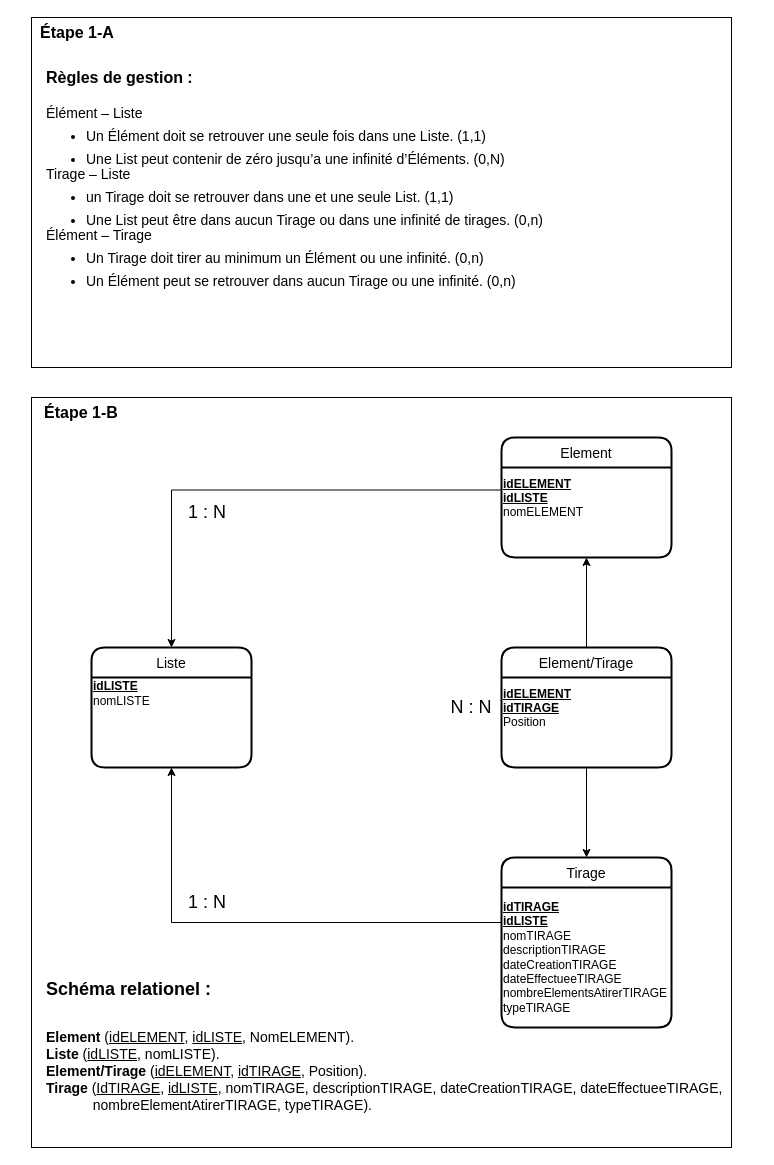
The draw.io diagram Dev_base_donnees/Projet_02/etape_1-b_MLD.drawio in jimmyhfortin/Dev_logiciel, before the edit. Source tidied: cells renumbered, new cells numbered last; positions are measured from the earlier drawing's top-left corner, leaving out a move shared by most shapes. Both pictures are drawn from the tidied source at 100%, with x=0, y=0 at pixel (17, 17).
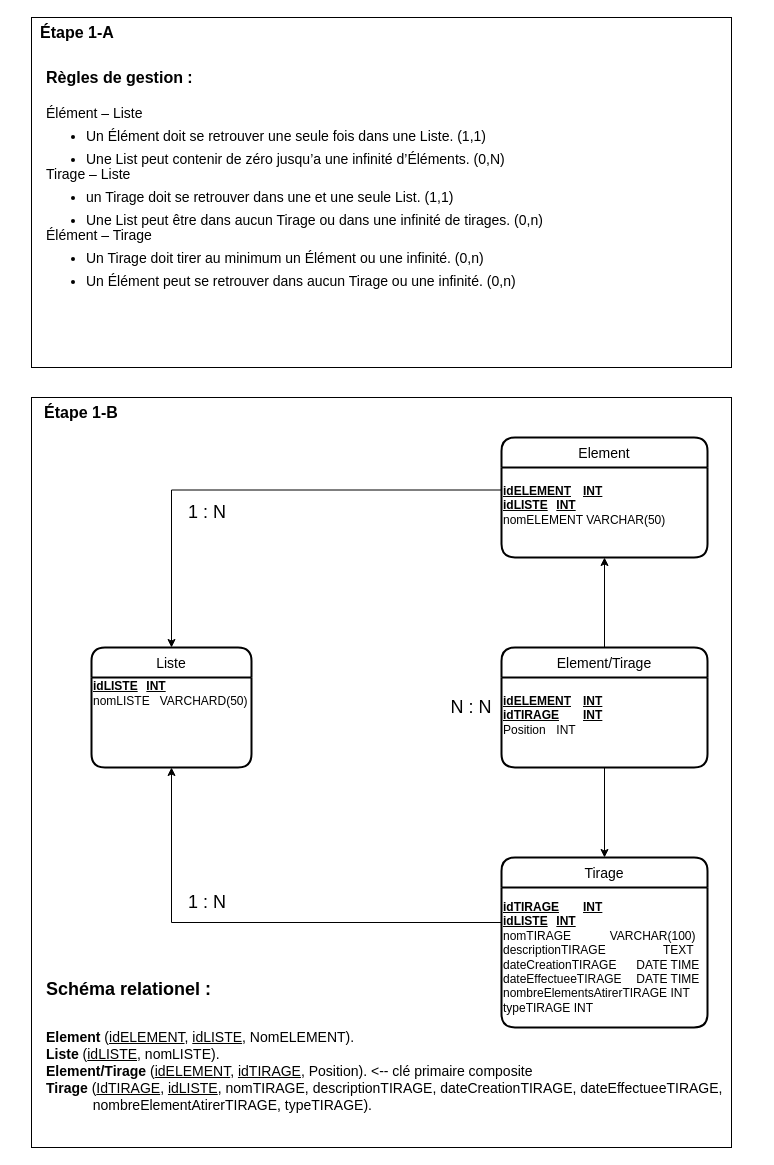
The same diagram, later.

Unchanged cells that the change refers to:
```xml
<mxCell id="11" value="Liste" style="swimlane;horizontal=1;startSize=30;rounded=1;fontSize=14;fontStyle=0;strokeWidth=2;shadow=0;dashed=0;align=center;" parent="1" vertex="1">
  <mxGeometry x="74" y="630" width="160" height="120" as="geometry" />
</mxCell>
```

Change to the diagram source:
```diff
@@
     <mxCell id="4" value="Element" style="swimlane;horizontal=1;startSize=30;rounded=1;fontSize=14;fontStyle=0;strokeWidth=2;shadow=0;dashed=0;align=center;" parent="1" vertex="1">
-      <mxGeometry x="484" y="420" width="170" height="120" as="geometry" />
+      <mxGeometry x="484" y="420" width="206" height="120" as="geometry" />
     </mxCell>
-    <mxCell id="5" value="&lt;u style=&quot;font-weight: bold;&quot;&gt;idELEMENT&lt;br&gt;&lt;/u&gt;&lt;b&gt;&lt;u&gt;idLISTE&lt;br&gt;&lt;/u&gt;&lt;/b&gt;nomELEMENT&lt;br&gt;&lt;br&gt;&lt;br&gt;" style="text;html=1;strokeColor=none;fillColor=none;align=left;verticalAlign=middle;whiteSpace=wrap;rounded=0;" parent="4" vertex="1">
-      <mxGeometry y="30" width="170" height="90" as="geometry" />
+    <mxCell id="5" value="&lt;u style=&quot;font-weight: bold;&quot;&gt;idELEMENT&lt;span style=&quot;white-space: pre;&quot;&gt;&#9;&lt;/span&gt;INT&lt;br&gt;&lt;/u&gt;&lt;b&gt;&lt;u&gt;idLISTE&lt;span style=&quot;white-space: pre;&quot;&gt;&#9;&lt;/span&gt;INT&lt;br&gt;&lt;/u&gt;&lt;/b&gt;nomELEMENT VARCHAR(50)&lt;br&gt;&lt;br&gt;" style="text;html=1;strokeColor=none;fillColor=none;align=left;verticalAlign=middle;whiteSpace=wrap;rounded=0;" parent="4" vertex="1">
+      <mxGeometry y="30" width="206" height="90" as="geometry" />
     </mxCell>
     <mxCell id="6" value="Tirage" style="swimlane;horizontal=1;startSize=30;rounded=1;fontSize=14;fontStyle=0;strokeWidth=2;shadow=0;dashed=0;align=center;" parent="1" vertex="1">
-      <mxGeometry x="484" y="840" width="170" height="170" as="geometry" />
+      <mxGeometry x="484" y="840" width="206" height="170" as="geometry" />
     </mxCell>
-    <mxCell id="7" value="&lt;u style=&quot;font-weight: bold;&quot;&gt;idTIRAGE&lt;br&gt;&lt;/u&gt;&lt;b&gt;&lt;u&gt;idLISTE&lt;/u&gt;&lt;/b&gt;&lt;br&gt;nomTIRAGE&lt;br&gt;descriptionTIRAGE&lt;br&gt;dateCreationTIRAGE&lt;br&gt;dateEffectueeTIRAGE&lt;br&gt;nombreElementsAtirerTIRAGE&lt;br&gt;typeTIRAGE" style="text;html=1;strokeColor=none;fillColor=none;align=left;verticalAlign=middle;whiteSpace=wrap;rounded=0;" parent="6" vertex="1">
-      <mxGeometry y="30" width="170" height="140" as="geometry" />
+    <mxCell id="7" value="&lt;u style=&quot;font-weight: bold;&quot;&gt;idTIRAGE&lt;span style=&quot;white-space: pre;&quot;&gt;&#9;&lt;/span&gt;INT&lt;br&gt;&lt;/u&gt;&lt;b&gt;&lt;u&gt;idLISTE&lt;span style=&quot;white-space: pre;&quot;&gt;&#9;&lt;/span&gt;INT&lt;/u&gt;&lt;/b&gt;&lt;br&gt;nomTIRAGE&lt;span style=&quot;white-space: pre;&quot;&gt;&#9;&lt;span style=&quot;white-space: pre;&quot;&gt;&#9;&lt;/span&gt;&lt;/span&gt;VARCHAR(100)&lt;br&gt;descriptionTIRAGE&lt;span style=&quot;white-space: pre;&quot;&gt;&#9;&lt;span style=&quot;white-space: pre;&quot;&gt;&#9;&lt;/span&gt;&lt;span style=&quot;white-space: pre;&quot;&gt;&#9;&lt;/span&gt;&lt;/span&gt;TEXT&lt;br&gt;dateCreationTIRAGE&lt;span style=&quot;white-space: pre;&quot;&gt;&#9;&lt;/span&gt;DATE TIME&lt;br&gt;dateEffectueeTIRAGE&lt;span style=&quot;white-space: pre;&quot;&gt;&#9;&lt;/span&gt;DATE TIME&lt;br&gt;nombreElementsAtirerTIRAGE INT&lt;br&gt;typeTIRAGE INT&lt;span style=&quot;white-space: pre;&quot;&gt;&#9;&lt;/span&gt;" style="text;html=1;strokeColor=none;fillColor=none;align=left;verticalAlign=middle;whiteSpace=wrap;rounded=0;" parent="6" vertex="1">
+      <mxGeometry y="30" width="206" height="140" as="geometry" />
     </mxCell>
@@
     <mxCell id="9" value="Element/Tirage" style="swimlane;horizontal=1;startSize=30;rounded=1;fontSize=14;fontStyle=0;strokeWidth=2;shadow=0;dashed=0;align=center;" parent="1" vertex="1">
-      <mxGeometry x="484" y="630" width="170" height="120" as="geometry" />
+      <mxGeometry x="484" y="630" width="206" height="120" as="geometry" />
     </mxCell>
-    <mxCell id="10" value="&lt;u&gt;&lt;b&gt;idELEMENT&lt;/b&gt;&lt;/u&gt;&lt;br&gt;&lt;b&gt;&lt;u&gt;idTIRAGE&lt;/u&gt;&lt;/b&gt;&lt;br&gt;Position&lt;br&gt;&lt;br&gt;&lt;br&gt;" style="text;html=1;strokeColor=none;fillColor=none;align=left;verticalAlign=middle;whiteSpace=wrap;rounded=0;" parent="9" vertex="1">
-      <mxGeometry y="30" width="170" height="90" as="geometry" />
+    <mxCell id="10" value="&lt;u&gt;&lt;b&gt;idELEMENT&lt;span style=&quot;white-space: pre;&quot;&gt;&#9;&lt;/span&gt;INT&lt;/b&gt;&lt;/u&gt;&lt;br&gt;&lt;b&gt;&lt;u&gt;idTIRAGE&lt;span style=&quot;white-space: pre;&quot;&gt;&#9;&lt;/span&gt;INT&lt;/u&gt;&lt;/b&gt;&lt;br&gt;Position&lt;span style=&quot;white-space: pre;&quot;&gt;&#9;&lt;/span&gt;INT&lt;br&gt;&lt;br&gt;" style="text;html=1;strokeColor=none;fillColor=none;align=left;verticalAlign=middle;whiteSpace=wrap;rounded=0;" parent="9" vertex="1">
+      <mxGeometry y="30" width="206" height="90" as="geometry" />
     </mxCell>
@@
-    <mxCell id="12" value="&lt;div style=&quot;&quot;&gt;&lt;b style=&quot;background-color: initial; text-decoration-line: underline;&quot;&gt;idLISTE&lt;/b&gt;&lt;/div&gt;&lt;span style=&quot;&quot;&gt;&lt;div style=&quot;&quot;&gt;&lt;span style=&quot;background-color: initial;&quot;&gt;nomLISTE&lt;/span&gt;&lt;/div&gt;&lt;div style=&quot;&quot;&gt;&lt;span style=&quot;background-color: initial;&quot;&gt;&lt;br&gt;&lt;/span&gt;&lt;/div&gt;&lt;div style=&quot;&quot;&gt;&lt;span style=&quot;background-color: initial;&quot;&gt;&lt;br&gt;&lt;/span&gt;&lt;/div&gt;&lt;div style=&quot;&quot;&gt;&lt;span style=&quot;background-color: initial;&quot;&gt;&lt;br&gt;&lt;/span&gt;&lt;/div&gt;&lt;div style=&quot;&quot;&gt;&lt;span style=&quot;background-color: initial;&quot;&gt;&lt;br&gt;&lt;/span&gt;&lt;/div&gt;&lt;/span&gt;" style="text;html=1;strokeColor=none;fillColor=none;align=left;verticalAlign=middle;whiteSpace=wrap;rounded=0;" parent="11" vertex="1">
+    <mxCell id="12" value="&lt;div style=&quot;&quot;&gt;&lt;b style=&quot;background-color: initial; text-decoration-line: underline;&quot;&gt;idLISTE&lt;span style=&quot;white-space: pre;&quot;&gt;&#9;&lt;/span&gt;INT&lt;/b&gt;&lt;/div&gt;&lt;span style=&quot;&quot;&gt;&lt;div style=&quot;&quot;&gt;&lt;span style=&quot;background-color: initial;&quot;&gt;nomLISTE&amp;nbsp; &amp;nbsp;VARCHARD(50)&lt;/span&gt;&lt;/div&gt;&lt;div style=&quot;&quot;&gt;&lt;span style=&quot;background-color: initial;&quot;&gt;&lt;br&gt;&lt;/span&gt;&lt;/div&gt;&lt;div style=&quot;&quot;&gt;&lt;span style=&quot;background-color: initial;&quot;&gt;&lt;br&gt;&lt;/span&gt;&lt;/div&gt;&lt;div style=&quot;&quot;&gt;&lt;span style=&quot;background-color: initial;&quot;&gt;&lt;br&gt;&lt;/span&gt;&lt;/div&gt;&lt;div style=&quot;&quot;&gt;&lt;span style=&quot;background-color: initial;&quot;&gt;&lt;br&gt;&lt;/span&gt;&lt;/div&gt;&lt;/span&gt;" style="text;html=1;strokeColor=none;fillColor=none;align=left;verticalAlign=middle;whiteSpace=wrap;rounded=0;" parent="11" vertex="1">
       <mxGeometry y="30" width="160" height="90" as="geometry" />
     </mxCell>
@@
-    <mxCell id="15" style="edgeStyle=orthogonalEdgeStyle;rounded=0;jettySize=auto;html=1;exitX=0.5;exitY=1;exitDx=0;exitDy=0;entryX=0.5;entryY=0;entryDx=0;entryDy=0;" parent="1" edge="1" source="10" target="6">
-      <mxGeometry relative="1" as="geometry" />
-    </mxCell>
@@
-    <mxCell id="19" value="&lt;h1 style=&quot;font-size: 18px;&quot;&gt;&lt;span style=&quot;background-color: initial;&quot;&gt;&lt;font style=&quot;font-size: 18px;&quot;&gt;Schéma relationel :&lt;/font&gt;&lt;/span&gt;&lt;/h1&gt;&lt;div&gt;&lt;br&gt;&lt;/div&gt;&lt;div&gt;&lt;b&gt;Element&lt;/b&gt;&lt;span style=&quot;font-weight: 400;&quot;&gt; (&lt;u&gt;idELEMENT&lt;/u&gt;, &lt;u&gt;idLISTE&lt;/u&gt;, NomELEMENT).&lt;/span&gt;&lt;/div&gt;&lt;div&gt;&lt;b&gt;Liste&lt;/b&gt;&lt;span style=&quot;font-weight: 400;&quot;&gt; (&lt;u&gt;idLISTE&lt;/u&gt;, nomLISTE).&lt;/span&gt;&lt;/div&gt;&lt;div&gt;&lt;b&gt;Element/Tirage&lt;/b&gt;&lt;span style=&quot;font-weight: 400;&quot;&gt; (&lt;u&gt;idELEMENT&lt;/u&gt;, &lt;u&gt;idTIRAGE&lt;/u&gt;, Position).&lt;/span&gt;&lt;/div&gt;&lt;div&gt;&lt;b&gt;Tirage&lt;/b&gt;&lt;span style=&quot;font-weight: 400;&quot;&gt; (&lt;u&gt;IdTIRAGE&lt;/u&gt;, &lt;u&gt;idLISTE&lt;/u&gt;, nomTIRAGE, descriptionTIRAGE, dateCreationTIRAGE, dateEffectueeTIRAGE, &lt;span style=&quot;white-space: pre;&quot;&gt;&#9;&lt;/span&gt;&amp;nbsp; &amp;nbsp; &amp;nbsp; &amp;nbsp; &amp;nbsp; &amp;nbsp; &amp;nbsp; &amp;nbsp; &amp;nbsp; nombreElementAtirerTIRAGE, typeTIRAGE).&lt;/span&gt;&lt;/div&gt;" style="text;html=1;strokeColor=none;fillColor=none;spacing=5;spacingTop=-20;whiteSpace=wrap;overflow=hidden;rounded=0;fontSize=14;" parent="1" vertex="1">
-      <mxGeometry x="24" y="960" width="716" height="141" as="geometry" />
+    <mxCell id="19" value="&lt;h1 style=&quot;font-size: 18px;&quot;&gt;&lt;span style=&quot;background-color: initial;&quot;&gt;&lt;font style=&quot;font-size: 18px;&quot;&gt;Schéma relationel :&lt;/font&gt;&lt;/span&gt;&lt;/h1&gt;&lt;div&gt;&lt;br&gt;&lt;/div&gt;&lt;div&gt;&lt;b&gt;Element&lt;/b&gt;&lt;span style=&quot;font-weight: 400;&quot;&gt; (&lt;u&gt;idELEMENT&lt;/u&gt;, &lt;u&gt;idLISTE&lt;/u&gt;, NomELEMENT).&lt;/span&gt;&lt;/div&gt;&lt;div&gt;&lt;b&gt;Liste&lt;/b&gt;&lt;span style=&quot;font-weight: 400;&quot;&gt; (&lt;u&gt;idLISTE&lt;/u&gt;, nomLISTE).&lt;/span&gt;&lt;/div&gt;&lt;div&gt;&lt;b&gt;Element/Tirage&lt;/b&gt;&lt;span style=&quot;font-weight: 400;&quot;&gt; (&lt;u&gt;idELEMENT&lt;/u&gt;, &lt;u&gt;idTIRAGE&lt;/u&gt;, Position). &amp;lt;-- clé primaire composite&lt;/span&gt;&lt;/div&gt;&lt;div&gt;&lt;b&gt;Tirage&lt;/b&gt;&lt;span style=&quot;font-weight: 400;&quot;&gt; (&lt;u&gt;IdTIRAGE&lt;/u&gt;, &lt;u&gt;idLISTE&lt;/u&gt;, nomTIRAGE, descriptionTIRAGE, dateCreationTIRAGE, dateEffectueeTIRAGE, &lt;span style=&quot;white-space: pre;&quot;&gt;&#9;&lt;/span&gt;&amp;nbsp; &amp;nbsp; &amp;nbsp; &amp;nbsp; &amp;nbsp; &amp;nbsp; &amp;nbsp; &amp;nbsp; &amp;nbsp; nombreElementAtirerTIRAGE, typeTIRAGE).&lt;/span&gt;&lt;/div&gt;" style="text;html=1;strokeColor=none;fillColor=none;spacing=5;spacingTop=-20;whiteSpace=wrap;overflow=hidden;rounded=0;fontSize=14;" parent="1" vertex="1">
+      <mxGeometry x="24" y="960" width="716" height="160" as="geometry" />
     </mxCell>
@@
+    <mxCell id="15" style="edgeStyle=orthogonalEdgeStyle;rounded=0;jettySize=auto;html=1;exitX=0.5;exitY=1;exitDx=0;exitDy=0;" parent="1" edge="1" source="10" target="6">
+      <mxGeometry relative="1" as="geometry" />
+    </mxCell>
```
